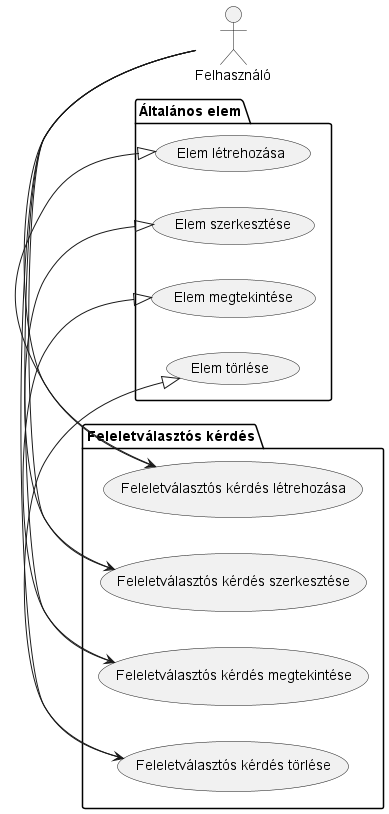
This is DiplomatervSablon_LaTeX_v1/figures/MultipleChoiceQuestion Diagram.png from LaciProg/Szakdolgozat, a PlantUML export, as it was before one commit.
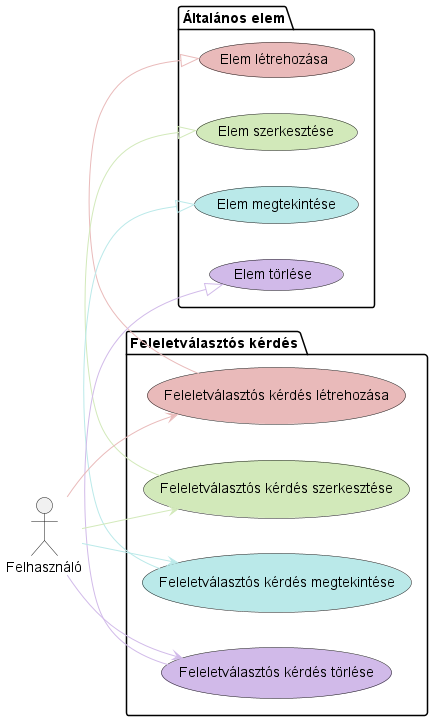
After the change.

Change to the diagram source:
```diff
@@ -5,27 +5,27 @@
 actor Felhasználó
 
 package "Általános elem" {
-    usecase "Elem létrehozása" as CreateElement
-    usecase "Elem szerkesztése" as EditElement
-    usecase "Elem megtekintése" as ViewElement
-    usecase "Elem törlése" as DeleteElement
+    usecase "Elem létrehozása" as CreateElement #E9BABA
+    usecase "Elem szerkesztése" as EditElement #D2E9BA
+    usecase "Elem megtekintése" as ViewElement #BAE9E9
+    usecase "Elem törlése" as DeleteElement #D1BAE9
 }
 
 package "Feleletválasztós kérdés" {
-    usecase "Feleletválasztós kérdés létrehozása" as CreateMultipleChoiceQuestion
-    usecase "Feleletválasztós kérdés szerkesztése" as EditMultipleChoiceQuestion
-    usecase "Feleletválasztós kérdés megtekintése" as ViewMultipleChoiceQuestion
-    usecase "Feleletválasztós kérdés törlése" as DeleteMultipleChoiceQuestion
+    usecase "Feleletválasztós kérdés létrehozása" as CreateMultipleChoiceQuestion #E9BABA
+    usecase "Feleletválasztós kérdés szerkesztése" as EditMultipleChoiceQuestion #D2E9BA
+    usecase "Feleletválasztós kérdés megtekintése" as ViewMultipleChoiceQuestion #BAE9E9
+    usecase "Feleletválasztós kérdés törlése" as DeleteMultipleChoiceQuestion #D1BAE9
 
-    CreateMultipleChoiceQuestion -|> CreateElement
-    EditMultipleChoiceQuestion -|> EditElement
-    ViewMultipleChoiceQuestion -|> ViewElement
-    DeleteMultipleChoiceQuestion -|> DeleteElement
+    CreateMultipleChoiceQuestion -[#E9BABA]|> CreateElement
+    EditMultipleChoiceQuestion -[#D2E9BA]|> EditElement
+    ViewMultipleChoiceQuestion -[#BAE9E9]|> ViewElement
+    DeleteMultipleChoiceQuestion -[#D1BAE9]|> DeleteElement
 }
 
-Felhasználó -> CreateMultipleChoiceQuestion
-Felhasználó -> EditMultipleChoiceQuestion
-Felhasználó -> ViewMultipleChoiceQuestion
-Felhasználó -> DeleteMultipleChoiceQuestion
+Felhasználó -[#E9BABA]-> CreateMultipleChoiceQuestion
+Felhasználó -[#D2E9BA]-> EditMultipleChoiceQuestion
+Felhasználó -[#BAE9E9]-> ViewMultipleChoiceQuestion
+Felhasználó -[#D1BAE9]-> DeleteMultipleChoiceQuestion
 
 @enduml
```
